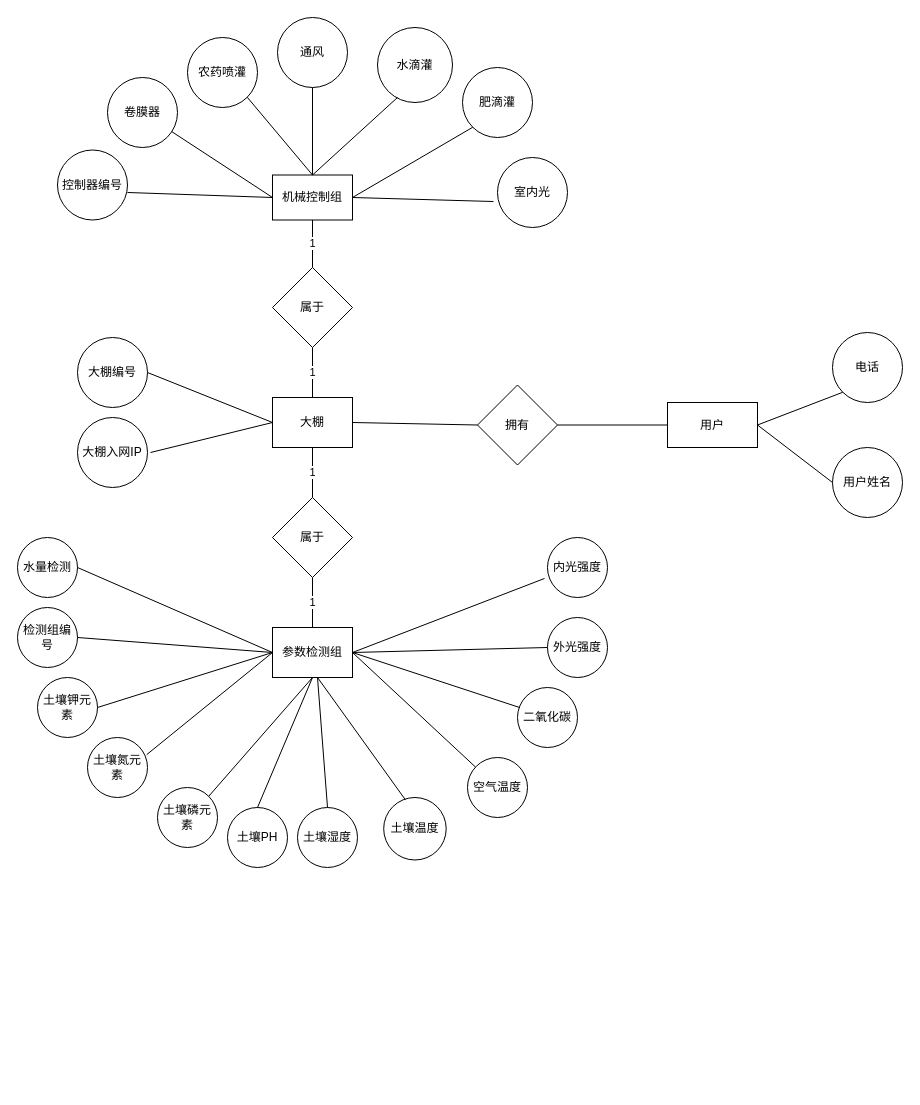
The draw.io diagram 数据库ER图.drawio in jiejiehuang113/Precise-irrigation, before the edit. Source tidied: cells renumbered, new cells numbered last; positions are measured from the earlier drawing's top-left corner, leaving out a move shared by most shapes. Both pictures are drawn from the tidied source at 100%, with x=0, y=0 at pixel (17, 17).
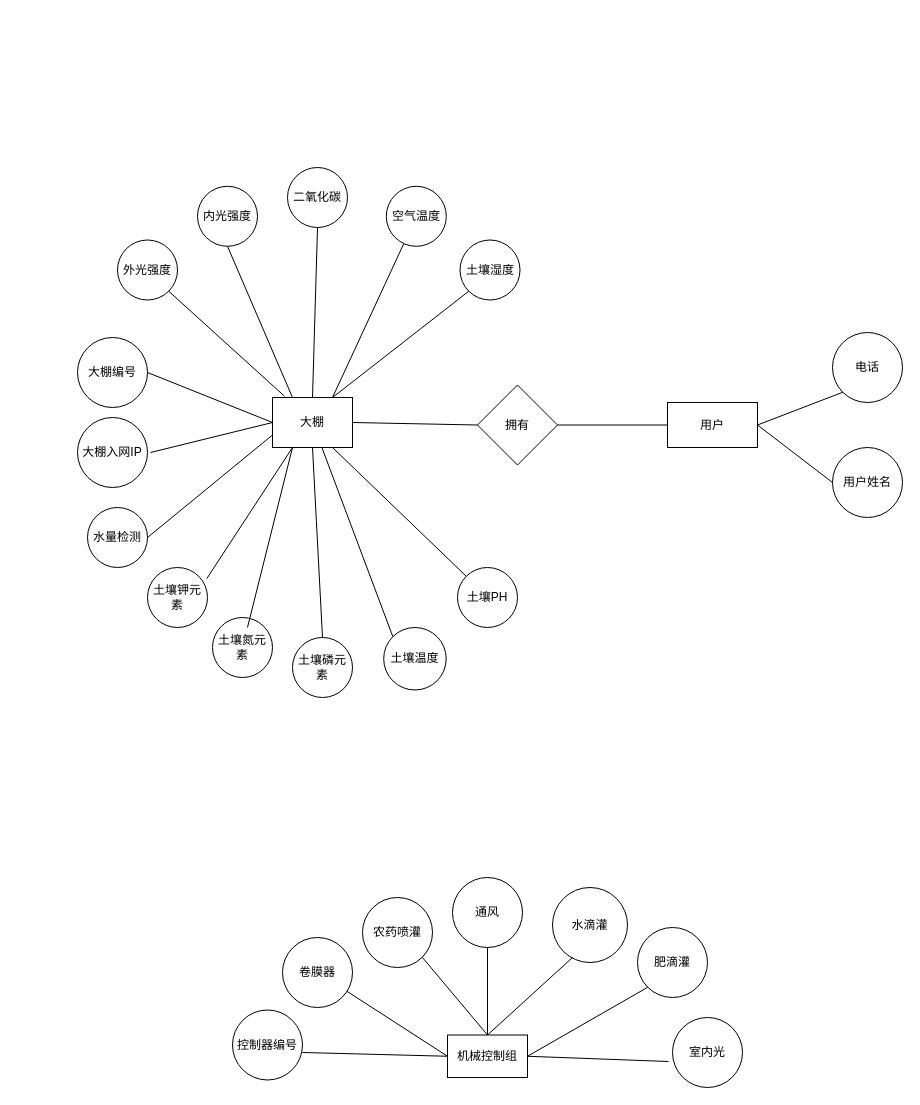
The same page after the edit.

Commit message (it also covers changes not shown here):
更新数据库ER图.drawio

The change refers to these unchanged cells:
```xml
<mxCell id="2" value="大棚" style="rounded=0;whiteSpace=wrap;html=1;" parent="1" vertex="1">
  <mxGeometry x="255" y="380" width="80" height="50" as="geometry" />
</mxCell>
```

What changed in the source:
```diff
@@
     <mxCell id="3" value="二氧化碳" style="ellipse;whiteSpace=wrap;html=1;" parent="1" vertex="1">
-      <mxGeometry x="500" y="670" width="60" height="60" as="geometry" />
+      <mxGeometry x="270" y="150" width="60" height="60" as="geometry" />
     </mxCell>
     <mxCell id="4" value="内光强度" style="ellipse;whiteSpace=wrap;html=1;" parent="1" vertex="1">
-      <mxGeometry x="530" y="520" width="60" height="60" as="geometry" />
+      <mxGeometry x="180" y="168.8" width="60" height="60" as="geometry" />
     </mxCell>
     <mxCell id="5" value="外光强度" style="ellipse;whiteSpace=wrap;html=1;" parent="1" vertex="1">
-      <mxGeometry x="530" y="600" width="60" height="60" as="geometry" />
+      <mxGeometry x="100" y="222.5" width="60" height="60" as="geometry" />
     </mxCell>
     <mxCell id="6" value="机械控制组" style="rounded=0;whiteSpace=wrap;html=1;" parent="1" vertex="1">
-      <mxGeometry x="255" y="157.5" width="80" height="45" as="geometry" />
+      <mxGeometry x="430" y="1017.5" width="80" height="42.5" as="geometry" />
     </mxCell>
-    <mxCell id="7" value="参数检测组" style="rounded=0;whiteSpace=wrap;html=1;" parent="1" vertex="1">
-      <mxGeometry x="255" y="610" width="80" height="50" as="geometry" />
-    </mxCell>
     <mxCell id="8" value="卷膜器" style="ellipse;whiteSpace=wrap;html=1;" parent="1" vertex="1">
-      <mxGeometry x="90" y="60" width="70" height="70" as="geometry" />
+      <mxGeometry x="265" y="920" width="70" height="70" as="geometry" />
     </mxCell>
     <mxCell id="9" value="农药喷灌" style="ellipse;whiteSpace=wrap;html=1;" parent="1" vertex="1">
-      <mxGeometry x="170" y="20" width="70" height="70" as="geometry" />
+      <mxGeometry x="345" y="880" width="70" height="70" as="geometry" />
     </mxCell>
     <mxCell id="10" value="通风" style="ellipse;whiteSpace=wrap;html=1;" parent="1" vertex="1">
-      <mxGeometry x="260" width="70" height="70" as="geometry" />
+      <mxGeometry x="435" y="860" width="70" height="70" as="geometry" />
     </mxCell>
     <mxCell id="11" value="水滴灌" style="ellipse;whiteSpace=wrap;html=1;" parent="1" vertex="1">
-      <mxGeometry x="360" y="10" width="75" height="75" as="geometry" />
+      <mxGeometry x="535" y="870" width="75" height="75" as="geometry" />
     </mxCell>
     <mxCell id="12" value="室内光" style="ellipse;whiteSpace=wrap;html=1;" parent="1" vertex="1">
-      <mxGeometry x="480" y="140" width="70" height="70" as="geometry" />
+      <mxGeometry x="655" y="1000" width="70" height="70" as="geometry" />
     </mxCell>
     <mxCell id="13" value="肥滴灌" style="ellipse;whiteSpace=wrap;html=1;" parent="1" vertex="1">
-      <mxGeometry x="445" y="50" width="70" height="70" as="geometry" />
+      <mxGeometry x="620" y="910" width="70" height="70" as="geometry" />
     </mxCell>
     <mxCell id="14" value="土壤氮元素" style="ellipse;whiteSpace=wrap;html=1;" parent="1" vertex="1">
-      <mxGeometry x="70" y="720" width="60" height="60" as="geometry" />
+      <mxGeometry x="195" y="600" width="60" height="60" as="geometry" />
     </mxCell>
     <mxCell id="15" value="土壤磷元素" style="ellipse;whiteSpace=wrap;html=1;" parent="1" vertex="1">
-      <mxGeometry x="140" y="770" width="60" height="60" as="geometry" />
+      <mxGeometry x="275" y="620" width="60" height="60" as="geometry" />
     </mxCell>
     <mxCell id="16" value="土壤钾元素" style="ellipse;whiteSpace=wrap;html=1;" parent="1" vertex="1">
-      <mxGeometry x="20" y="660" width="60" height="60" as="geometry" />
+      <mxGeometry x="130" y="550" width="60" height="60" as="geometry" />
     </mxCell>
     <mxCell id="17" value="土壤PH" style="ellipse;whiteSpace=wrap;html=1;" parent="1" vertex="1">
-      <mxGeometry x="210" y="790" width="60" height="60" as="geometry" />
+      <mxGeometry x="440" y="550" width="60" height="60" as="geometry" />
     </mxCell>
     <mxCell id="18" value="土壤湿度" style="ellipse;whiteSpace=wrap;html=1;" parent="1" vertex="1">
-      <mxGeometry x="280" y="790" width="60" height="60" as="geometry" />
+      <mxGeometry x="442.5" y="222.5" width="60" height="60" as="geometry" />
     </mxCell>
     <mxCell id="19" value="土壤温度" style="ellipse;whiteSpace=wrap;html=1;" parent="1" vertex="1">
-      <mxGeometry x="366.2" y="780" width="62.5" height="62.5" as="geometry" />
+      <mxGeometry x="366.2" y="610" width="62.5" height="62.5" as="geometry" />
     </mxCell>
     <mxCell id="20" value="空气温度" style="ellipse;whiteSpace=wrap;html=1;" parent="1" vertex="1">
-      <mxGeometry x="450" y="740" width="60" height="60" as="geometry" />
+      <mxGeometry x="368.8" y="168.8" width="60" height="60" as="geometry" />
     </mxCell>
@@
     <mxCell id="23" value="控制器编号" style="ellipse;whiteSpace=wrap;html=1;" parent="1" vertex="1">
-      <mxGeometry x="40" y="132.5" width="70" height="70" as="geometry" />
+      <mxGeometry x="215" y="992.5" width="70" height="70" as="geometry" />
     </mxCell>
-    <mxCell id="24" value="检测组编号" style="ellipse;whiteSpace=wrap;html=1;" parent="1" vertex="1">
-      <mxGeometry y="590" width="60" height="60" as="geometry" />
-    </mxCell>
-    <mxCell id="25" value="属于" style="rhombus;whiteSpace=wrap;html=1;" parent="1" vertex="1">
-      <mxGeometry x="255" y="480" width="80" height="80" as="geometry" />
-    </mxCell>
-    <mxCell id="26" value="属于" style="rhombus;whiteSpace=wrap;html=1;" parent="1" vertex="1">
-      <mxGeometry x="255" y="250" width="80" height="80" as="geometry" />
-    </mxCell>
-    <mxCell id="27" value="1" style="endArrow=none;html=1;entryX=0.5;entryY=1;entryDx=0;entryDy=0;" parent="1" edge="1" source="26" target="6">
-      <mxGeometry relative="1" as="geometry" />
-    </mxCell>
-    <mxCell id="28" value="1" style="endArrow=none;html=1;entryX=0.5;entryY=1;entryDx=0;entryDy=0;exitX=0.5;exitY=0;exitDx=0;exitDy=0;" parent="1" edge="1" source="2" target="26">
-      <mxGeometry relative="1" as="geometry" />
-    </mxCell>
-    <mxCell id="29" value="1" style="endArrow=none;html=1;entryX=0.5;entryY=1;entryDx=0;entryDy=0;exitX=0.5;exitY=0;exitDx=0;exitDy=0;" parent="1" edge="1" source="25" target="2">
-      <mxGeometry relative="1" as="geometry" />
-    </mxCell>
-    <mxCell id="30" value="1" style="endArrow=none;html=1;entryX=0.5;entryY=1;entryDx=0;entryDy=0;exitX=0.5;exitY=0;exitDx=0;exitDy=0;" parent="1" edge="1" source="7" target="25">
-      <mxGeometry relative="1" as="geometry" />
-    </mxCell>
@@
-    <mxCell id="40" style="endArrow=none;html=1;exitX=1;exitY=0.5;exitDx=0;exitDy=0;entryX=0;entryY=0.5;entryDx=0;entryDy=0;" parent="1" edge="1" source="24" target="7">
-      <mxGeometry relative="1" as="geometry" />
-    </mxCell>
-    <mxCell id="41" style="endArrow=none;html=1;exitX=1;exitY=0.5;exitDx=0;exitDy=0;entryX=0;entryY=0.5;entryDx=0;entryDy=0;" parent="1" edge="1" source="16" target="7">
-      <mxGeometry relative="1" as="geometry" />
-    </mxCell>
-    <mxCell id="42" style="endArrow=none;html=1;exitX=0.986;exitY=0.286;exitDx=0;exitDy=0;exitPerimeter=0;entryX=0;entryY=0.5;entryDx=0;entryDy=0;" parent="1" edge="1" source="14" target="7">
-      <mxGeometry relative="1" as="geometry" />
-    </mxCell>
-    <mxCell id="43" style="endArrow=none;html=1;exitX=1;exitY=0;exitDx=0;exitDy=0;entryX=0.5;entryY=1;entryDx=0;entryDy=0;" parent="1" edge="1" source="15" target="7">
-      <mxGeometry relative="1" as="geometry" />
-    </mxCell>
-    <mxCell id="44" style="endArrow=none;html=1;exitX=0.5;exitY=0;exitDx=0;exitDy=0;entryX=0.5;entryY=1;entryDx=0;entryDy=0;" parent="1" edge="1" source="17" target="7">
-      <mxGeometry relative="1" as="geometry" />
-    </mxCell>
-    <mxCell id="45" style="endArrow=none;html=1;exitX=0.5;exitY=0;exitDx=0;exitDy=0;" parent="1" edge="1" source="18">
-      <mxGeometry relative="1" as="geometry">
-        <mxPoint x="300" y="660" as="targetPoint" />
-      </mxGeometry>
-    </mxCell>
-    <mxCell id="46" style="endArrow=none;html=1;exitX=0.344;exitY=0.032;exitDx=0;exitDy=0;exitPerimeter=0;" parent="1" edge="1" source="19">
-      <mxGeometry relative="1" as="geometry">
-        <mxPoint x="300" y="660" as="targetPoint" />
-      </mxGeometry>
-    </mxCell>
-    <mxCell id="47" style="endArrow=none;html=1;entryX=1;entryY=0.5;entryDx=0;entryDy=0;" parent="1" edge="1" source="20" target="7">
-      <mxGeometry relative="1" as="geometry" />
-    </mxCell>
-    <mxCell id="48" style="endArrow=none;html=1;entryX=0.033;entryY=0.333;entryDx=0;entryDy=0;entryPerimeter=0;exitX=1;exitY=0.5;exitDx=0;exitDy=0;" parent="1" edge="1" source="7" target="3">
-      <mxGeometry relative="1" as="geometry" />
-    </mxCell>
-    <mxCell id="49" style="endArrow=none;html=1;exitX=1;exitY=0.5;exitDx=0;exitDy=0;entryX=0;entryY=0.5;entryDx=0;entryDy=0;" parent="1" edge="1" source="7" target="5">
-      <mxGeometry relative="1" as="geometry" />
-    </mxCell>
-    <mxCell id="50" style="endArrow=none;html=1;entryX=-0.05;entryY=0.683;entryDx=0;entryDy=0;entryPerimeter=0;exitX=1;exitY=0.5;exitDx=0;exitDy=0;" parent="1" edge="1" source="7" target="4">
-      <mxGeometry relative="1" as="geometry" />
-    </mxCell>
@@
     <mxCell id="59" value="水量检测" style="ellipse;whiteSpace=wrap;html=1;" parent="1" vertex="1">
-      <mxGeometry y="520" width="60" height="60" as="geometry" />
+      <mxGeometry x="70" y="490" width="60" height="60" as="geometry" />
     </mxCell>
-    <mxCell id="60" style="endArrow=none;html=1;exitX=1;exitY=0.5;exitDx=0;exitDy=0;entryX=0;entryY=0.5;entryDx=0;entryDy=0;" parent="1" edge="1" source="59" target="7">
-      <mxGeometry relative="1" as="geometry" />
-    </mxCell>
+    <mxCell id="61" style="endArrow=none;html=1;exitX=1;exitY=0.5;exitDx=0;exitDy=0;entryX=0;entryY=0.75;entryDx=0;entryDy=0;" parent="1" edge="1" source="59" target="2">
+      <mxGeometry relative="1" as="geometry" />
+    </mxCell>
+    <mxCell id="62" style="endArrow=none;html=1;exitX=0.989;exitY=0.184;exitDx=0;exitDy=0;exitPerimeter=0;entryX=0.25;entryY=1;entryDx=0;entryDy=0;" parent="1" edge="1" source="16" target="2">
+      <mxGeometry relative="1" as="geometry" />
+    </mxCell>
+    <mxCell id="63" style="endArrow=none;html=1;exitX=0.583;exitY=0.167;exitDx=0;exitDy=0;exitPerimeter=0;entryX=0.25;entryY=1;entryDx=0;entryDy=0;" parent="1" edge="1" source="14" target="2">
+      <mxGeometry relative="1" as="geometry" />
+    </mxCell>
+    <mxCell id="64" style="endArrow=none;html=1;exitX=0.5;exitY=0;exitDx=0;exitDy=0;entryX=0.5;entryY=1;entryDx=0;entryDy=0;" parent="1" edge="1" source="15" target="2">
+      <mxGeometry relative="1" as="geometry" />
+    </mxCell>
+    <mxCell id="65" style="endArrow=none;html=1;exitX=0;exitY=0;exitDx=0;exitDy=0;" parent="1" edge="1" source="19" target="2">
+      <mxGeometry relative="1" as="geometry" />
+    </mxCell>
+    <mxCell id="66" style="endArrow=none;html=1;exitX=0;exitY=0;exitDx=0;exitDy=0;entryX=0.75;entryY=1;entryDx=0;entryDy=0;" parent="1" edge="1" source="17" target="2">
+      <mxGeometry relative="1" as="geometry" />
+    </mxCell>
+    <mxCell id="67" style="endArrow=none;html=1;exitX=1;exitY=1;exitDx=0;exitDy=0;entryX=0.15;entryY=-0.026;entryDx=0;entryDy=0;entryPerimeter=0;" parent="1" edge="1" source="5" target="2">
+      <mxGeometry relative="1" as="geometry" />
+    </mxCell>
+    <mxCell id="68" style="endArrow=none;html=1;exitX=0.5;exitY=1;exitDx=0;exitDy=0;entryX=0.25;entryY=0;entryDx=0;entryDy=0;" parent="1" edge="1" source="4" target="2">
+      <mxGeometry relative="1" as="geometry" />
+    </mxCell>
+    <mxCell id="69" style="endArrow=none;html=1;exitX=0.5;exitY=0;exitDx=0;exitDy=0;entryX=0.5;entryY=1;entryDx=0;entryDy=0;" parent="1" edge="1" source="2" target="3">
+      <mxGeometry relative="1" as="geometry" />
+    </mxCell>
+    <mxCell id="70" style="endArrow=none;html=1;exitX=0.75;exitY=0;exitDx=0;exitDy=0;" parent="1" edge="1" source="2" target="20">
+      <mxGeometry relative="1" as="geometry" />
+    </mxCell>
+    <mxCell id="71" style="endArrow=none;html=1;exitX=0.75;exitY=0;exitDx=0;exitDy=0;entryX=0;entryY=1;entryDx=0;entryDy=0;" parent="1" edge="1" source="2" target="18">
+      <mxGeometry relative="1" as="geometry" />
+    </mxCell>
```
